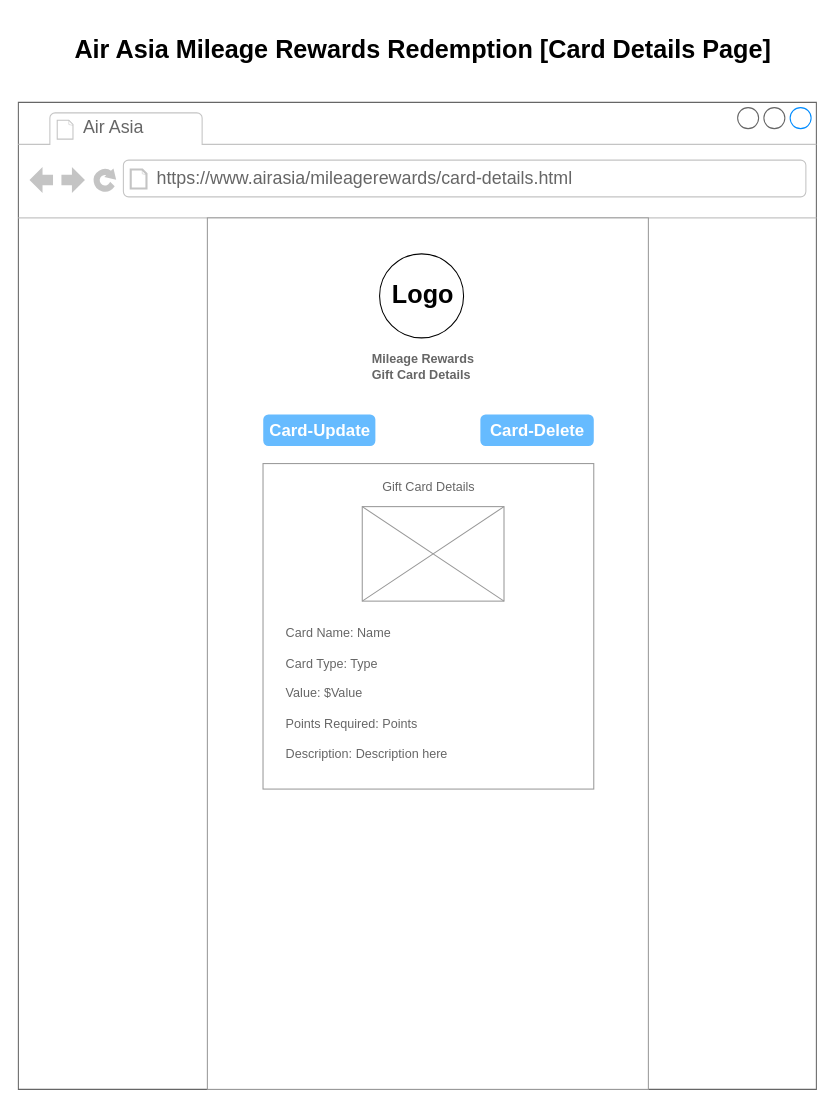
Before: card-details.drawio in Stucki-Kyle/IS6465, a draw.io diagram. Source tidied: cells renumbered, new cells numbered last; positions are measured from the earlier drawing's top-left corner, leaving out a move shared by most shapes. Both pictures are drawn from the tidied source at 105%, with x=0, y=0 at pixel (18, 18).
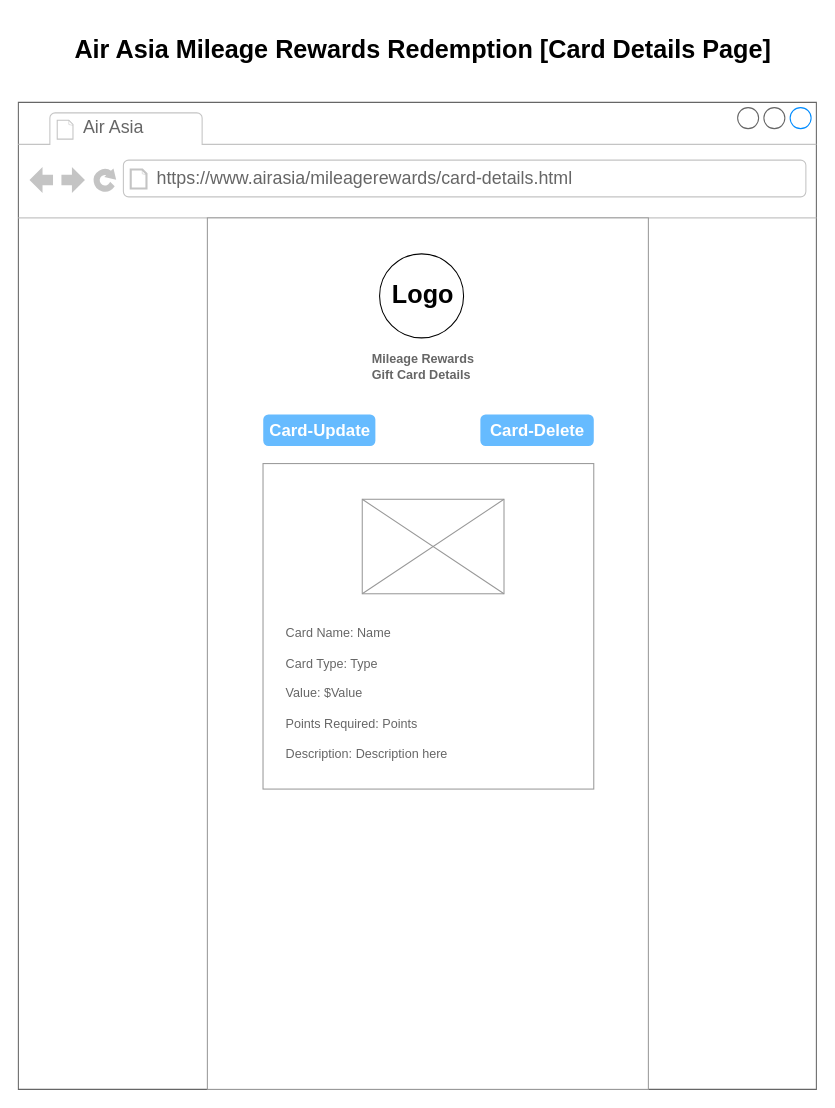
Above is the later version.

The edit, as a diff of the source:
```diff
@@
 <mxGraphModel>
   <root>
     <mxCell id="0" />
     <mxCell id="1" parent="0" />
     <mxCell id="2" style="strokeWidth=1;shadow=0;dashed=0;align=center;html=1;shape=mxgraph.mockup.containers.browserWindow;rSize=0;strokeColor=#666666;strokeColor2=#008cff;strokeColor3=#c4c4c4;mainText=,;" parent="1" vertex="1">
       <mxGeometry y="80" width="760" height="940" as="geometry" />
     </mxCell>
     <mxCell id="3" value="Air Asia" style="strokeWidth=1;shadow=0;dashed=0;align=center;html=1;shape=mxgraph.mockup.containers.anchor;fontSize=17;fontColor=#666666;align=left;whiteSpace=wrap;" parent="2" vertex="1">
       <mxGeometry x="60" y="12" width="110" height="26" as="geometry" />
     </mxCell>
     <mxCell id="4" value="https://www.airasia/mileagerewards/card-details.html" style="strokeWidth=1;shadow=0;dashed=0;align=center;html=1;shape=mxgraph.mockup.containers.anchor;rSize=0;fontSize=17;fontColor=#666666;align=left;" parent="2" vertex="1">
       <mxGeometry x="130" y="60" width="250" height="26" as="geometry" />
     </mxCell>
     <mxCell id="5" style="strokeWidth=1;shadow=0;dashed=0;align=center;html=1;shape=mxgraph.mockup.forms.rrect;rSize=0;strokeColor=#999999;fillColor=#ffffff;" parent="2" vertex="1">
       <mxGeometry x="180" y="110" width="420" height="830" as="geometry" />
     </mxCell>
     <mxCell id="6" value="&lt;b&gt;Mileage Rewards&lt;/b&gt;&lt;div&gt;&lt;b&gt;Gift Card Details&lt;/b&gt;&lt;/div&gt;" style="strokeWidth=1;shadow=0;dashed=0;align=center;html=1;shape=mxgraph.mockup.forms.anchor;fontSize=12;fontColor=#666666;align=left;spacingLeft=0;" parent="5" vertex="1">
       <mxGeometry width="273" height="40" relative="1" as="geometry">
         <mxPoint x="155" y="122" as="offset" />
       </mxGeometry>
     </mxCell>
     <mxCell id="7" style="strokeWidth=1;shadow=0;dashed=0;align=center;html=1;shape=mxgraph.mockup.forms.rrect;rSize=0;strokeColor=#999999;fontColor=#666666;align=left;spacingLeft=5;" parent="5" vertex="1">
       <mxGeometry width="315" height="310" relative="1" as="geometry">
         <mxPoint x="53" y="234" as="offset" />
       </mxGeometry>
     </mxCell>
     <mxCell id="8" value="Card Name: Name&lt;div&gt;&lt;br&gt;&lt;/div&gt;&lt;div&gt;Card Type: Type&lt;/div&gt;&lt;div&gt;&lt;br&gt;&lt;/div&gt;&lt;div&gt;Value: $Value&lt;/div&gt;&lt;div&gt;&lt;br&gt;&lt;/div&gt;&lt;div&gt;Points Required: Points&lt;/div&gt;&lt;div&gt;&lt;br&gt;&lt;/div&gt;&lt;div&gt;Description: Description here&lt;/div&gt;" style="strokeWidth=1;shadow=0;dashed=0;align=center;html=1;shape=mxgraph.mockup.forms.anchor;fontSize=12;fontColor=#666666;align=left;spacingLeft=0;" parent="5" vertex="1">
       <mxGeometry width="210" height="130" relative="1" as="geometry">
         <mxPoint x="73" y="388" as="offset" />
       </mxGeometry>
     </mxCell>
     <mxCell id="9" style="ellipse;whiteSpace=wrap;html=1;" parent="5" vertex="1">
       <mxGeometry x="164" y="34.3" width="80" height="80" as="geometry" />
     </mxCell>
     <mxCell id="10" value="Logo" style="text;strokeColor=none;fillColor=none;html=1;fontSize=24;fontStyle=1;verticalAlign=middle;align=center;" parent="5" vertex="1">
       <mxGeometry x="100" y="51.6" width="210" height="45.4" as="geometry" />
     </mxCell>
     <mxCell id="11" value="Card-Update" style="strokeWidth=1;shadow=0;dashed=0;align=center;html=1;shape=mxgraph.mockup.forms.rrect;rSize=5;strokeColor=none;fontColor=#ffffff;fillColor=#66bbff;fontSize=16;fontStyle=1;" parent="5" vertex="1">
       <mxGeometry x="53.2" y="187.3" width="106.8" height="30" as="geometry" />
     </mxCell>
     <mxCell id="12" value="Card-Delete" style="strokeWidth=1;shadow=0;dashed=0;align=center;html=1;shape=mxgraph.mockup.forms.rrect;rSize=5;strokeColor=none;fontColor=#ffffff;fillColor=#66bbff;fontSize=16;fontStyle=1;" parent="5" vertex="1">
       <mxGeometry x="260" y="187.3" width="108" height="30" as="geometry" />
     </mxCell>
     <mxCell id="13" style="verticalLabelPosition=bottom;shadow=0;dashed=0;align=center;html=1;verticalAlign=top;strokeWidth=1;shape=mxgraph.mockup.graphics.simpleIcon;strokeColor=#999999;" parent="5" vertex="1">
-      <mxGeometry x="147.5" y="275" width="135" height="90" as="geometry" />
+      <mxGeometry x="147.5" y="268" width="135" height="90" as="geometry" />
     </mxCell>
-    <mxCell id="14" value="Gift Card Details" style="strokeWidth=1;shadow=0;dashed=0;align=center;html=1;shape=mxgraph.mockup.forms.anchor;fontSize=12;fontColor=#666666;align=left;spacingLeft=0;" parent="5" vertex="1">
-      <mxGeometry x="165" y="247" width="90" height="20" as="geometry" />
-    </mxCell>
     <mxCell id="15" value="Air Asia Mileage Rewards Redemption [Card Details Page]" style="text;strokeColor=none;fillColor=none;html=1;fontSize=24;fontStyle=1;verticalAlign=middle;align=center;" parent="1" vertex="1">
       <mxGeometry x="335" width="100" height="60" as="geometry" />
     </mxCell>
   </root>
 </mxGraphModel>
```
